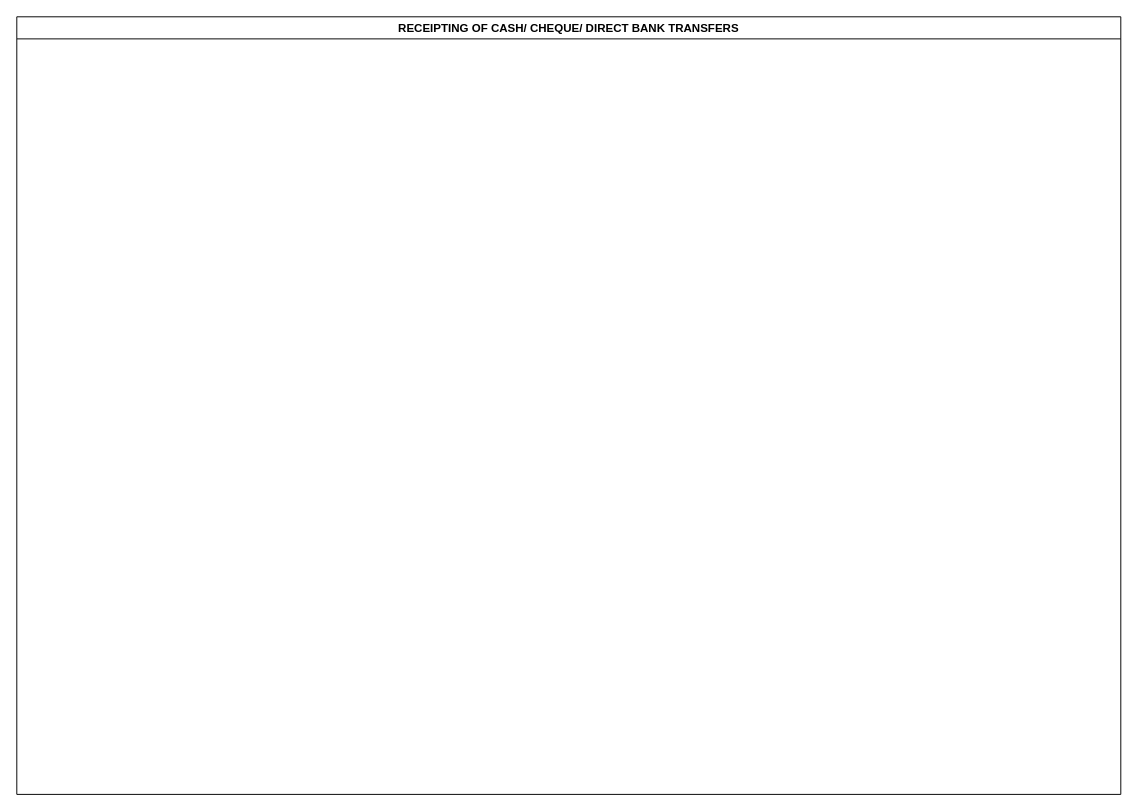
Earlier version of the draw.io diagram KEFRI-FIN-RECEIPTING OF CASH-CHEQUE.drawio (kmagua/flowcharts). Source tidied: cells renumbered, new cells numbered last; positions are measured from the earlier drawing's top-left corner, leaving out a move shared by most shapes. Both pictures are drawn from the tidied source at 96%, with x=0, y=0 at pixel (16, 16).
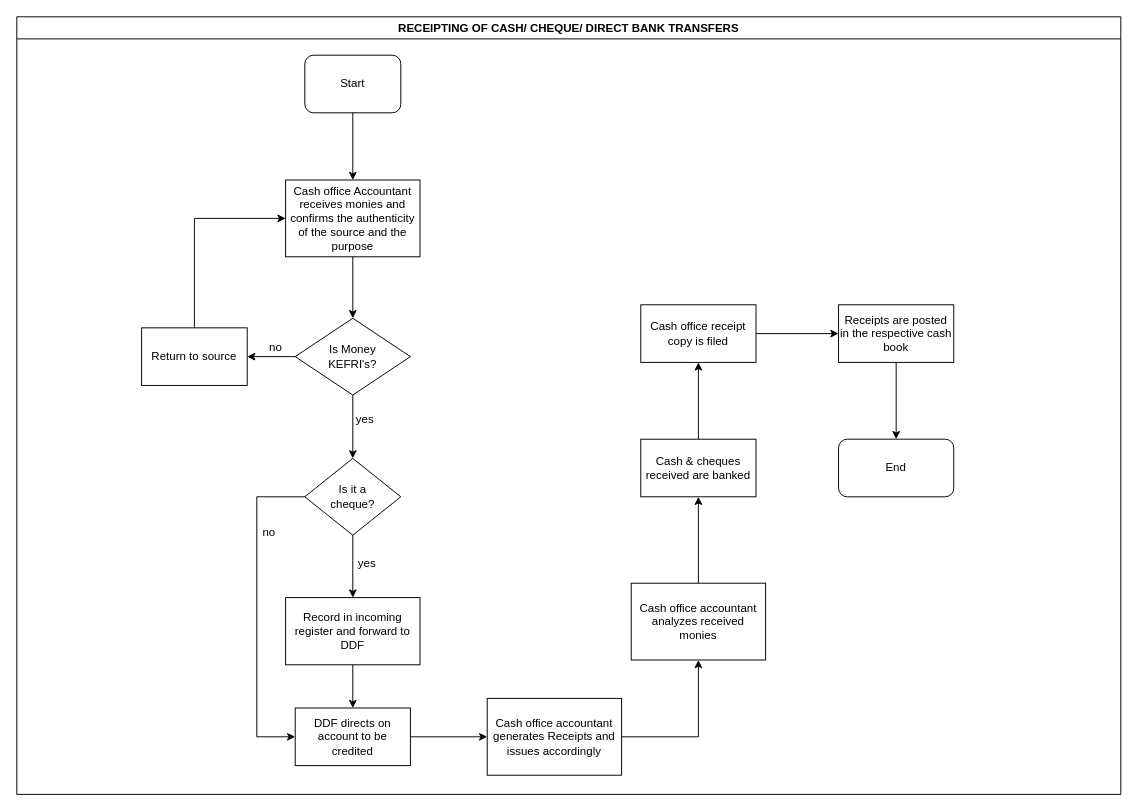
The same page after the edit.

Unchanged cells that the change refers to:
```xml
<mxCell id="2" value="&#10;RECEIPTING OF CASH/ CHEQUE/ DIRECT BANK TRANSFERS&#10;" style="swimlane;" parent="1" vertex="1">
  <mxGeometry width="1150" height="810" as="geometry" />
</mxCell>
```

What changed in the source:
```diff
@@
+    <mxCell id="3" value="Start" style="rounded=1;whiteSpace=wrap;html=1;" parent="2" vertex="1">
+      <mxGeometry x="300" y="40" width="100" height="60" as="geometry" />
+    </mxCell>
+    <mxCell id="4" value="Cash office Accountant receives monies and confirms the authenticity of the source and the purpose" style="rounded=0;whiteSpace=wrap;html=1;" parent="2" vertex="1">
+      <mxGeometry x="280" y="170" width="140" height="80" as="geometry" />
+    </mxCell>
+    <mxCell id="5" style="edgeStyle=orthogonalEdgeStyle;rounded=0;jettySize=auto;html=1;entryX=0.5;entryY=0;entryDx=0;entryDy=0;" parent="2" edge="1" source="3" target="4">
+      <mxGeometry relative="1" as="geometry" />
+    </mxCell>
+    <mxCell id="6" value="&lt;div&gt;Is Money &lt;br&gt;&lt;/div&gt;&lt;div&gt;KEFRI's?&lt;/div&gt;" style="rhombus;whiteSpace=wrap;html=1;" parent="2" vertex="1">
+      <mxGeometry x="290" y="314" width="120" height="80" as="geometry" />
+    </mxCell>
+    <mxCell id="7" style="edgeStyle=orthogonalEdgeStyle;rounded=0;jettySize=auto;html=1;" parent="2" edge="1" source="4" target="6">
+      <mxGeometry relative="1" as="geometry" />
+    </mxCell>
+    <mxCell id="8" value="Return to source" style="rounded=0;whiteSpace=wrap;html=1;" parent="2" vertex="1">
+      <mxGeometry x="130" y="324" width="110" height="60" as="geometry" />
+    </mxCell>
+    <mxCell id="9" style="edgeStyle=orthogonalEdgeStyle;rounded=0;jettySize=auto;html=1;entryX=1;entryY=0.5;entryDx=0;entryDy=0;" parent="2" edge="1" source="6" target="8">
+      <mxGeometry relative="1" as="geometry" />
+    </mxCell>
+    <mxCell id="10" value="no" style="text;html=1;strokeColor=none;fillColor=none;align=center;verticalAlign=middle;whiteSpace=wrap;rounded=0;" parent="2" vertex="1">
+      <mxGeometry x="250" y="335" width="40" height="20" as="geometry" />
+    </mxCell>
+    <mxCell id="11" style="edgeStyle=orthogonalEdgeStyle;rounded=0;jettySize=auto;html=1;entryX=0;entryY=0.5;entryDx=0;entryDy=0;" parent="2" edge="1" source="8" target="4">
+      <mxGeometry relative="1" as="geometry">
+        <Array as="points">
+          <mxPoint x="185" y="210" />
+        </Array>
+      </mxGeometry>
+    </mxCell>
+    <mxCell id="12" value="&lt;div&gt;Is it a&lt;/div&gt;&lt;div&gt;cheque?&lt;/div&gt;" style="rhombus;whiteSpace=wrap;html=1;" parent="2" vertex="1">
+      <mxGeometry x="300" y="460" width="100" height="80" as="geometry" />
+    </mxCell>
+    <mxCell id="13" style="edgeStyle=orthogonalEdgeStyle;rounded=0;jettySize=auto;html=1;" parent="2" edge="1" source="6" target="12">
+      <mxGeometry relative="1" as="geometry" />
+    </mxCell>
+    <mxCell id="14" value="yes" style="text;html=1;strokeColor=none;fillColor=none;align=center;verticalAlign=middle;whiteSpace=wrap;rounded=0;" parent="2" vertex="1">
+      <mxGeometry x="343" y="410" width="40" height="20" as="geometry" />
+    </mxCell>
+    <mxCell id="15" value="yes" style="text;html=1;strokeColor=none;fillColor=none;align=center;verticalAlign=middle;whiteSpace=wrap;rounded=0;" parent="2" vertex="1">
+      <mxGeometry x="345" y="560" width="40" height="20" as="geometry" />
+    </mxCell>
+    <mxCell id="16" value="DDF directs on account to be credited" style="whiteSpace=wrap;html=1;" parent="2" vertex="1">
+      <mxGeometry x="290" y="720" width="120" height="60" as="geometry" />
+    </mxCell>
+    <mxCell id="17" value="Cash office accountant analyzes received monies" style="whiteSpace=wrap;html=1;" parent="2" vertex="1">
+      <mxGeometry x="640" y="590" width="140" height="80" as="geometry" />
+    </mxCell>
+    <mxCell id="18" style="edgeStyle=orthogonalEdgeStyle;rounded=0;jettySize=auto;html=1;entryX=0;entryY=0.5;entryDx=0;entryDy=0;" parent="2" edge="1" source="12" target="16">
+      <mxGeometry relative="1" as="geometry">
+        <Array as="points">
+          <mxPoint x="250" y="500" />
+          <mxPoint x="250" y="750" />
+        </Array>
+      </mxGeometry>
+    </mxCell>
+    <mxCell id="19" value="no" style="text;html=1;strokeColor=none;fillColor=none;align=center;verticalAlign=middle;whiteSpace=wrap;rounded=0;" parent="2" vertex="1">
+      <mxGeometry x="243" y="527" width="40" height="20" as="geometry" />
+    </mxCell>
+    <mxCell id="20" value="End" style="rounded=1;whiteSpace=wrap;html=1;" parent="2" vertex="1">
+      <mxGeometry x="856" y="440" width="120" height="60" as="geometry" />
+    </mxCell>
+    <mxCell id="21" style="edgeStyle=orthogonalEdgeStyle;rounded=0;jettySize=auto;html=1;" parent="1" edge="1" source="22" target="16">
+      <mxGeometry relative="1" as="geometry" />
+    </mxCell>
+    <mxCell id="22" value="Record in incoming register and forward to DDF" style="whiteSpace=wrap;html=1;" parent="1" vertex="1">
+      <mxGeometry x="280" y="605" width="140" height="70" as="geometry" />
+    </mxCell>
+    <mxCell id="23" style="edgeStyle=orthogonalEdgeStyle;rounded=0;jettySize=auto;html=1;" parent="1" edge="1" source="12" target="22">
+      <mxGeometry relative="1" as="geometry" />
+    </mxCell>
+    <mxCell id="24" style="edgeStyle=orthogonalEdgeStyle;rounded=0;jettySize=auto;html=1;" parent="1" edge="1" source="25" target="17">
+      <mxGeometry relative="1" as="geometry" />
+    </mxCell>
+    <mxCell id="25" value="Cash office accountant generates Receipts and issues accordingly" style="whiteSpace=wrap;html=1;" parent="1" vertex="1">
+      <mxGeometry x="490" y="710" width="140" height="80" as="geometry" />
+    </mxCell>
+    <mxCell id="26" style="edgeStyle=orthogonalEdgeStyle;rounded=0;jettySize=auto;html=1;" parent="1" edge="1" source="16" target="25">
+      <mxGeometry relative="1" as="geometry" />
+    </mxCell>
+    <mxCell id="27" style="edgeStyle=orthogonalEdgeStyle;rounded=0;jettySize=auto;html=1;" parent="1" edge="1" source="28" target="31">
+      <mxGeometry relative="1" as="geometry" />
+    </mxCell>
+    <mxCell id="28" value="Cash &amp;amp; cheques received are banked" style="whiteSpace=wrap;html=1;" parent="1" vertex="1">
+      <mxGeometry x="650" y="440" width="120" height="60" as="geometry" />
+    </mxCell>
+    <mxCell id="29" style="edgeStyle=orthogonalEdgeStyle;rounded=0;jettySize=auto;html=1;" parent="1" edge="1" source="17" target="28">
+      <mxGeometry relative="1" as="geometry" />
+    </mxCell>
+    <mxCell id="30" style="edgeStyle=orthogonalEdgeStyle;rounded=0;jettySize=auto;html=1;" parent="1" edge="1" source="31" target="33">
+      <mxGeometry relative="1" as="geometry" />
+    </mxCell>
+    <mxCell id="31" value="Cash office receipt copy is filed" style="whiteSpace=wrap;html=1;" parent="1" vertex="1">
+      <mxGeometry x="650" y="300" width="120" height="60" as="geometry" />
+    </mxCell>
+    <mxCell id="32" style="edgeStyle=orthogonalEdgeStyle;rounded=0;jettySize=auto;html=1;entryX=0.5;entryY=0;entryDx=0;entryDy=0;" parent="1" edge="1" source="33" target="20">
+      <mxGeometry relative="1" as="geometry" />
+    </mxCell>
+    <mxCell id="33" value="Receipts are posted in the respective cash book" style="whiteSpace=wrap;html=1;" parent="1" vertex="1">
+      <mxGeometry x="856" y="300" width="120" height="60" as="geometry" />
+    </mxCell>
```
